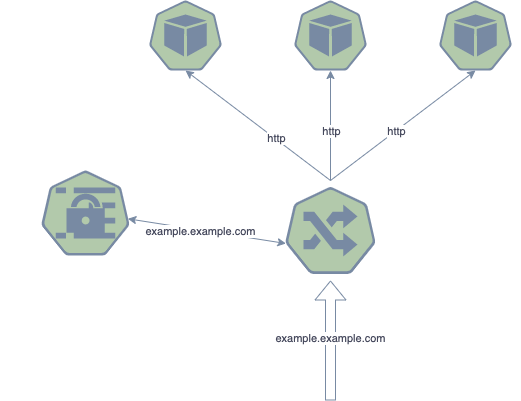
This is diagrams/ingress.drawio.png from pieterv-icloud-com/cert-manager-demo, a draw.io export, as it was before one commit. Source tidied: cells renumbered, new cells last; positions are measured from the earlier drawing's top-left corner, leaving out a move shared by most shapes.
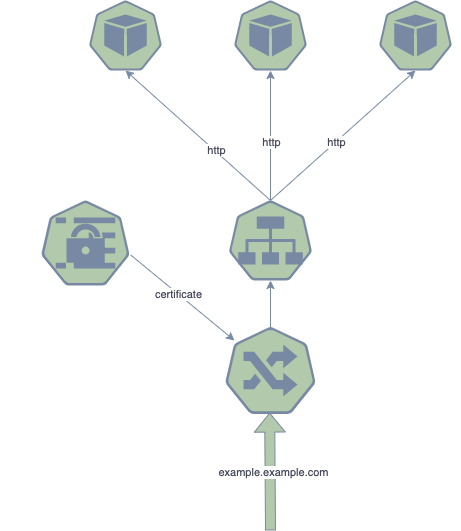
The same diagram one commit later.

What changed in the source:
```diff
@@ -12,44 +12,50 @@
       <mxGeometry x="430" width="90" height="70" as="geometry" />
     </mxCell>
     <mxCell id="5" style="html=1;dashed=0;whitespace=wrap;fillColor=#B2C9AB;strokeColor=#788AA3;points=[[0.005,0.63,0],[0.1,0.2,0],[0.9,0.2,0],[0.5,0,0],[0.995,0.63,0],[0.72,0.99,0],[0.5,1,0],[0.28,0.99,0]];shape=mxgraph.kubernetes.icon;prIcon=ing;fontColor=#46495D;" parent="1" vertex="1">
-      <mxGeometry x="285" y="180" width="90" height="100" as="geometry" />
+      <mxGeometry x="285" y="320" width="90" height="100" as="geometry" />
     </mxCell>
     <mxCell id="6" style="html=1;dashed=0;whitespace=wrap;fillColor=#B2C9AB;strokeColor=#788AA3;points=[[0.005,0.63,0],[0.1,0.2,0],[0.9,0.2,0],[0.5,0,0],[0.995,0.63,0],[0.72,0.99,0],[0.5,1,0],[0.28,0.99,0]];shape=mxgraph.kubernetes.icon;prIcon=secret;fontColor=#46495D;" parent="1" vertex="1">
-      <mxGeometry y="170" width="170" height="85" as="geometry" />
+      <mxGeometry x="60" y="200" width="170" height="85" as="geometry" />
     </mxCell>
-    <mxCell id="7" style="endArrow=classic;html=1;entryX=0.5;entryY=1;entryDx=0;entryDy=0;entryPerimeter=0;exitX=0.5;exitY=0;exitDx=0;exitDy=0;exitPerimeter=0;strokeColor=#788AA3;fontColor=#46495D;" parent="1" edge="1" source="5" target="3">
+    <mxCell id="7" style="endArrow=classic;html=1;entryX=0.5;entryY=1;entryDx=0;entryDy=0;entryPerimeter=0;strokeColor=#788AA3;fontColor=#46495D;exitX=0.5;exitY=0;exitDx=0;exitDy=0;exitPerimeter=0;" parent="1" edge="1" source="17" target="3">
       <mxGeometry relative="1" as="geometry" />
     </mxCell>
     <mxCell id="8" value="http" style="edgeLabel;html=1;align=center;verticalAlign=middle;fontColor=#46495D;" parent="7" vertex="1">
       <mxGeometry x="-0.1" relative="1" as="geometry" />
     </mxCell>
-    <mxCell id="9" style="endArrow=classic;html=1;entryX=0.5;entryY=1;entryDx=0;entryDy=0;entryPerimeter=0;exitX=0.5;exitY=0;exitDx=0;exitDy=0;exitPerimeter=0;strokeColor=#788AA3;fontColor=#46495D;" parent="1" edge="1" source="5" target="2">
+    <mxCell id="9" style="endArrow=classic;html=1;entryX=0.5;entryY=1;entryDx=0;entryDy=0;entryPerimeter=0;strokeColor=#788AA3;fontColor=#46495D;exitX=0.5;exitY=0;exitDx=0;exitDy=0;exitPerimeter=0;" parent="1" edge="1" source="17" target="2">
       <mxGeometry relative="1" as="geometry" />
     </mxCell>
     <mxCell id="10" value="http" style="edgeLabel;html=1;align=center;verticalAlign=middle;fontColor=#46495D;" parent="9" vertex="1">
       <mxGeometry x="-0.24" y="-1" relative="1" as="geometry" />
     </mxCell>
-    <mxCell id="11" style="endArrow=classic;startArrow=classic;html=1;exitX=0.749;exitY=0.568;exitDx=0;exitDy=0;exitPerimeter=0;entryX=0.005;entryY=0.63;entryDx=0;entryDy=0;entryPerimeter=0;strokeColor=#788AA3;fontColor=#46495D;" parent="1" edge="1" source="6" target="5">
-      <mxGeometry relative="1" as="geometry" />
-    </mxCell>
-    <mxCell id="12" value="example.example.com" style="edgeLabel;html=1;align=center;verticalAlign=middle;fontColor=#46495D;" parent="11" vertex="1">
-      <mxGeometry x="-0.09" y="-1" relative="1" as="geometry" />
-    </mxCell>
-    <mxCell id="13" style="endArrow=classic;html=1;entryX=0.5;entryY=1;entryDx=0;entryDy=0;entryPerimeter=0;strokeColor=#788AA3;fontColor=#46495D;" parent="1" edge="1" target="4">
-      <mxGeometry relative="1" as="geometry">
-        <mxPoint x="330" y="180" as="sourcePoint" />
-      </mxGeometry>
+    <mxCell id="13" style="endArrow=classic;html=1;entryX=0.5;entryY=1;entryDx=0;entryDy=0;entryPerimeter=0;strokeColor=#788AA3;fontColor=#46495D;exitX=0.5;exitY=0;exitDx=0;exitDy=0;exitPerimeter=0;" parent="1" edge="1" source="17" target="4">
+      <mxGeometry relative="1" as="geometry" />
     </mxCell>
     <mxCell id="14" value="http" style="edgeLabel;html=1;align=center;verticalAlign=middle;fontColor=#46495D;" parent="13" vertex="1">
       <mxGeometry x="-0.1" relative="1" as="geometry" />
     </mxCell>
-    <mxCell id="15" style="shape=flexArrow;endArrow=classic;html=1;entryX=0.5;entryY=1;entryDx=0;entryDy=0;entryPerimeter=0;strokeColor=#788AA3;fontColor=#46495D;" parent="1" edge="1" target="5">
-      <mxGeometry relative="1" as="geometry">
-        <mxPoint x="330" y="400" as="sourcePoint" />
-      </mxGeometry>
-    </mxCell>
-    <mxCell id="16" value="example.example.com" style="edgeLabel;html=1;align=center;verticalAlign=middle;fontColor=#46495D;" parent="15" vertex="1">
-      <mxGeometry x="0.04" y="1" relative="1" as="geometry" />
-    </mxCell>
+    <mxCell id="17" style="html=1;dashed=0;whitespace=wrap;fillColor=#B2C9AB;strokeColor=#788AA3;points=[[0.005,0.63,0],[0.1,0.2,0],[0.9,0.2,0],[0.5,0,0],[0.995,0.63,0],[0.72,0.99,0],[0.5,1,0],[0.28,0.99,0]];shape=mxgraph.kubernetes.icon;prIcon=svc;fontColor=#46495D;" parent="1" vertex="1">
+      <mxGeometry x="260" y="200" width="140" height="80" as="geometry" />
+    </mxCell>
+    <mxCell id="18" style="endArrow=classic;html=1;exitX=0.5;exitY=0.1;exitDx=0;exitDy=0;exitPerimeter=0;entryX=0.5;entryY=1;entryDx=0;entryDy=0;entryPerimeter=0;strokeColor=#788AA3;fontColor=#46495D;" parent="1" edge="1" source="5" target="17">
+      <mxGeometry relative="1" as="geometry" />
+    </mxCell>
+    <mxCell id="11" style="endArrow=classic;html=1;fontColor=#46495D;strokeColor=#788AA3;fillColor=#B2C9AB;exitX=0.766;exitY=0.641;exitDx=0;exitDy=0;exitPerimeter=0;entryX=0.1;entryY=0.2;entryDx=0;entryDy=0;entryPerimeter=0;" parent="1" edge="1" source="6" target="5">
+      <mxGeometry relative="1" as="geometry" />
+    </mxCell>
+    <mxCell id="19" value="certificate" style="edgeLabel;html=1;align=center;verticalAlign=middle;fontColor=#46495D;" parent="11" vertex="1">
+      <mxGeometry x="-0.08" y="-1" relative="1" as="geometry">
+        <mxPoint y="-1" as="offset" />
+      </mxGeometry>
+    </mxCell>
+    <mxCell id="20" style="shape=flexArrow;endArrow=classic;html=1;fontColor=#46495D;strokeColor=#788AA3;fillColor=#B2C9AB;entryX=0.491;entryY=0.921;entryDx=0;entryDy=0;entryPerimeter=0;" parent="1" edge="1" target="5">
+      <mxGeometry relative="1" as="geometry">
+        <mxPoint x="330" y="530" as="sourcePoint" />
+      </mxGeometry>
+    </mxCell>
+    <mxCell id="21" value="example.example.com" style="edgeLabel;html=1;align=center;verticalAlign=middle;fontColor=#46495D;" parent="20" vertex="1">
+      <mxGeometry x="-0.02" y="-3" relative="1" as="geometry" />
+    </mxCell>
   </root>
 </mxGraphModel>
```
